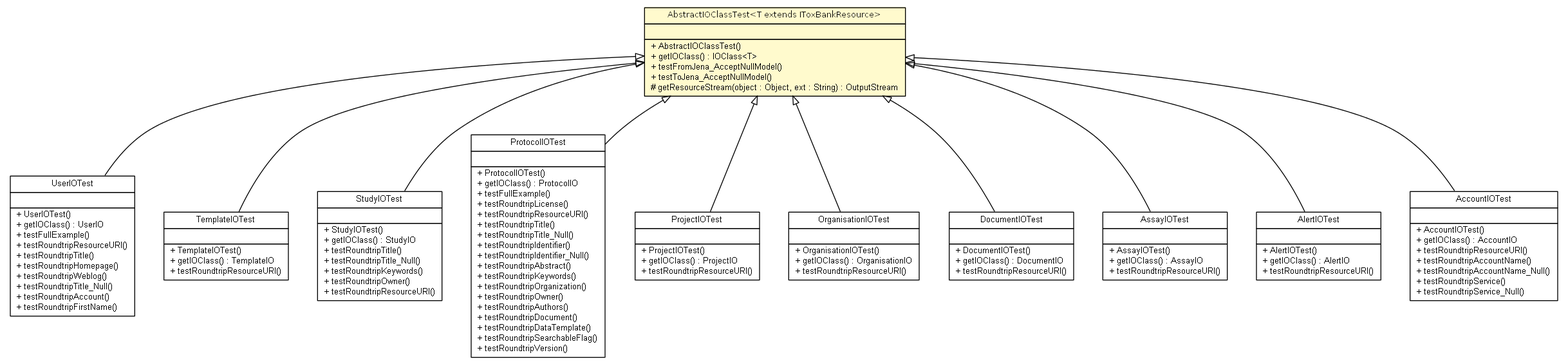
Before: testapidocs/net/toxbank/client/io/rdf/AbstractIOClassTest.png, a diagram exported from Graphviz (ToxBank/toxbank-api-beans). Its source is kept beside it as testapidocs/net/toxbank/client/io/rdf/AbstractIOClassTest.dot.
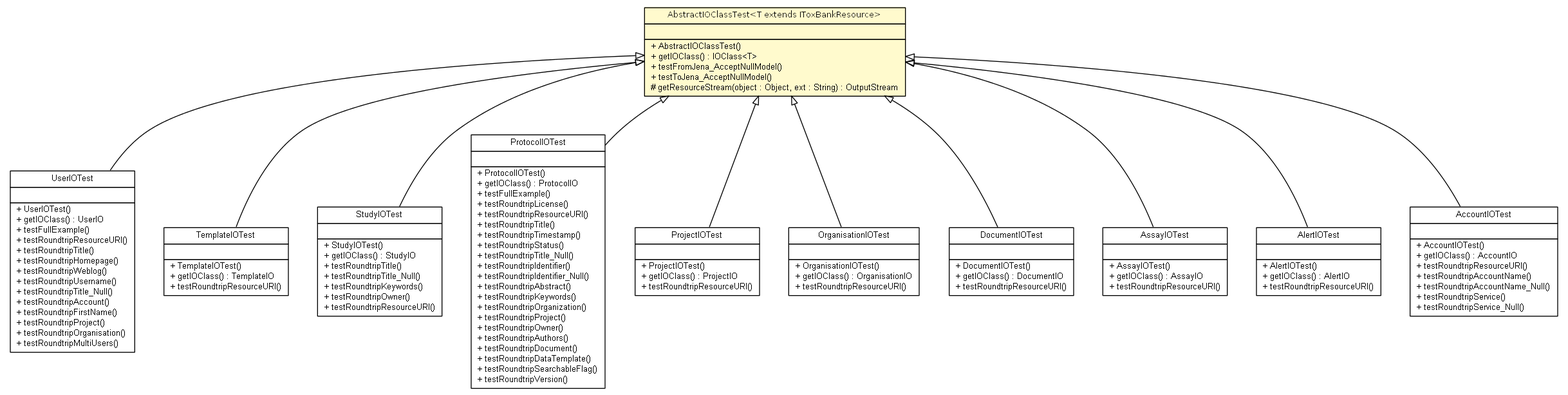
The same file after the commit.

What changed in the source:
```diff
@@ -17,9 +17,13 @@
 			<tr><td align="left"> + testRoundtripTitle() </td></tr>
 			<tr><td align="left"> + testRoundtripHomepage() </td></tr>
 			<tr><td align="left"> + testRoundtripWeblog() </td></tr>
+			<tr><td align="left"> + testRoundtripUsername() </td></tr>
 			<tr><td align="left"> + testRoundtripTitle_Null() </td></tr>
 			<tr><td align="left"> + testRoundtripAccount() </td></tr>
 			<tr><td align="left"> + testRoundtripFirstName() </td></tr>
+			<tr><td align="left"> + testRoundtripProject() </td></tr>
+			<tr><td align="left"> + testRoundtripOrganisation() </td></tr>
+			<tr><td align="left"> + testRoundtripMultiUsers() </td></tr>
 		</table></td></tr>
 		</table>>, fontname="arial", fontcolor="black", fontsize=10.0];
 	c300 [label=<<table border="0" cellborder="1" cellspacing="0" cellpadding="2" port="p" href="./TemplateIOTest.html">
@@ -66,12 +70,15 @@
 			<tr><td align="left"> + testRoundtripLicense() </td></tr>
 			<tr><td align="left"> + testRoundtripResourceURI() </td></tr>
 			<tr><td align="left"> + testRoundtripTitle() </td></tr>
+			<tr><td align="left"> + testRoundtripTimestamp() </td></tr>
+			<tr><td align="left"> + testRoundtripStatus() </td></tr>
 			<tr><td align="left"> + testRoundtripTitle_Null() </td></tr>
 			<tr><td align="left"> + testRoundtripIdentifier() </td></tr>
 			<tr><td align="left"> + testRoundtripIdentifier_Null() </td></tr>
 			<tr><td align="left"> + testRoundtripAbstract() </td></tr>
 			<tr><td align="left"> + testRoundtripKeywords() </td></tr>
 			<tr><td align="left"> + testRoundtripOrganization() </td></tr>
+			<tr><td align="left"> + testRoundtripProject() </td></tr>
 			<tr><td align="left"> + testRoundtripOwner() </td></tr>
 			<tr><td align="left"> + testRoundtripAuthors() </td></tr>
 			<tr><td align="left"> + testRoundtripDocument() </td></tr>
```
